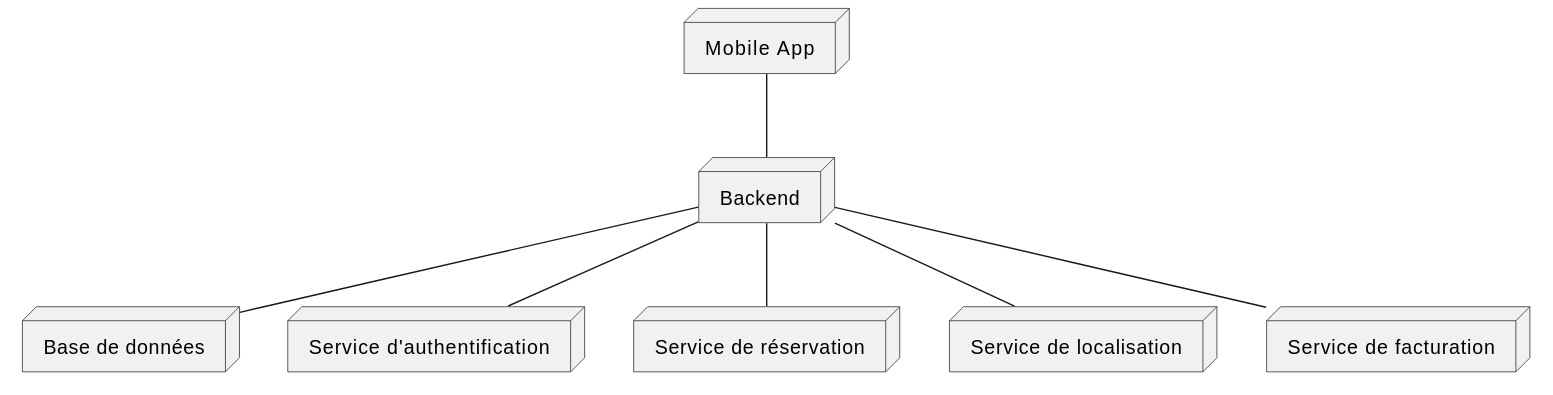
gigl-uml/Guide_uml_polymtl keeps this PlantUML diagram as out/plant_uml/exempleDiagDeployment/exempleDiagDeployment.svg. Above is the earlier version.
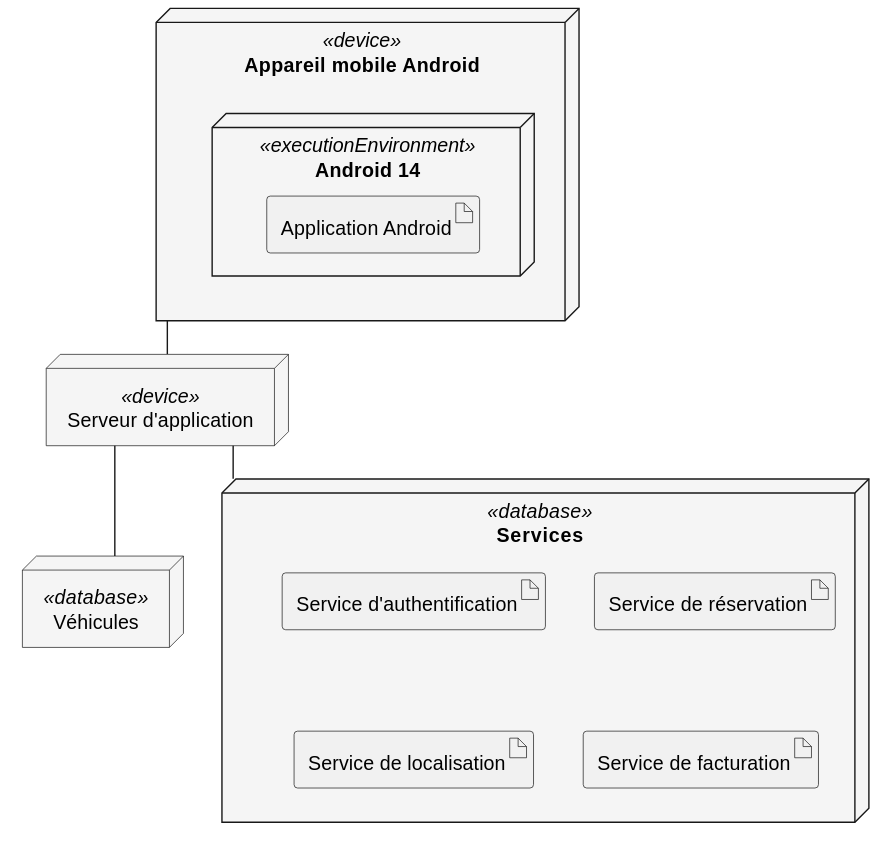
Above is the later version.

Commit message:
update example deployment diagram

What changed in the source:
```diff
@@ -1,18 +1,25 @@
 @startuml
 skinparam backgroundcolor transparent
-node "Mobile App" as mobileapp
-node "Backend" as backend
-node "Base de données" as database
-node "Service d'authentification" as authservice
-node "Service de réservation" as bookingservice
-node "Service de localisation" as locationservice
-node "Service de facturation" as billingservice
+skinparam NodeBackgroundColor whitesmoke
+skinparam linetype ortho
 
-mobileapp -- backend
-backend -- database
-backend -- authservice
-backend -- bookingservice
-backend -- locationservice
-backend -- billingservice
+node "Appareil mobile Android" as androidDevice <<device>>{
+  node "Android 14" <<executionEnvironment>> {
+      artifact "Application Android"
+  }
+}
+node "Serveur d'application" as backend <<device>>
+node Véhicules <<database>>
+node Services <<database>> {
+    artifact "Service d'authentification" as authservice
+    artifact "Service de réservation" as bookingservice
+    artifact "Service de localisation" as locationservice
+    artifact "Service de facturation" as billingservice
+}
+
+
+androidDevice -- backend
+backend -- Véhicules
+backend -- Services
 
 @enduml
```
